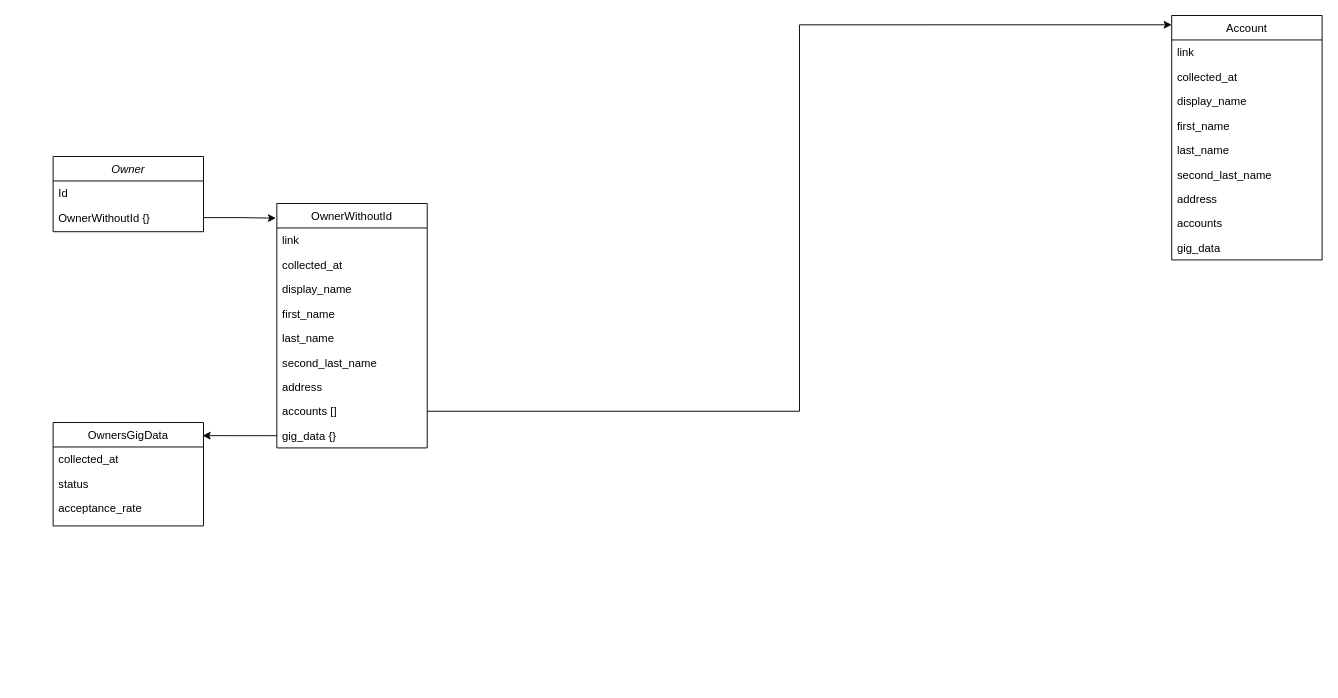
Before: Untitled Diagram.drawio in dom-techwriter/diagrams, a draw.io diagram. Source tidied: cells renumbered, new cells numbered last; positions are measured from the earlier drawing's top-left corner, leaving out a move shared by most shapes. Both pictures are drawn from the tidied source at 94%, with x=0, y=0 at pixel (53, 15).
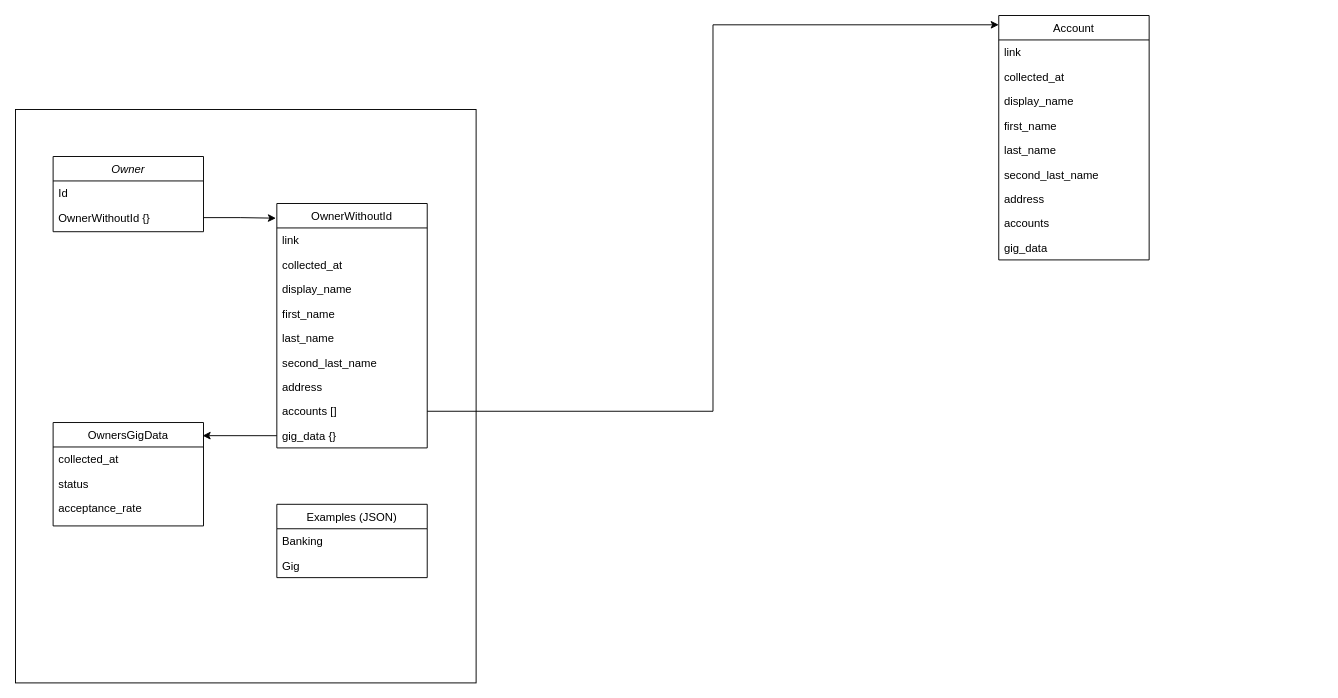
Above is the later version.

Change to the diagram source:
```diff
@@
+    <mxCell id="32" style="rounded=0;whiteSpace=wrap;html=1;" parent="1" vertex="1">
+      <mxGeometry x="-40" y="100" width="490" height="610" as="geometry" />
+    </mxCell>
@@
     <mxCell id="21" value="Account" style="swimlane;fontStyle=0;align=center;verticalAlign=top;horizontal=1;startSize=26;rounded=0;shadow=0;strokeWidth=1;" parent="1" vertex="1">
-      <mxGeometry x="1190" width="160" height="260" as="geometry" />
+      <mxGeometry x="1006" width="160" height="260" as="geometry" />
     </mxCell>
@@
+    <mxCell id="33" value="Examples (JSON)" style="swimlane;fontStyle=0;align=center;verticalAlign=top;horizontal=1;startSize=26;rounded=0;shadow=0;strokeWidth=1;" parent="1" vertex="1">
+      <mxGeometry x="238" y="520" width="160" height="78" as="geometry" />
+    </mxCell>
+    <mxCell id="34" value="Banking" style="text;align=left;verticalAlign=top;spacingLeft=4;spacingRight=4;overflow=hidden;" parent="33" vertex="1">
+      <mxGeometry y="26" width="160" height="26" as="geometry" />
+    </mxCell>
+    <mxCell id="35" value="Gig" style="text;align=left;verticalAlign=top;spacingLeft=4;spacingRight=4;overflow=hidden;rounded=0;shadow=0;html=0;" parent="33" vertex="1">
+      <mxGeometry y="52" width="160" height="26" as="geometry" />
+    </mxCell>
```
